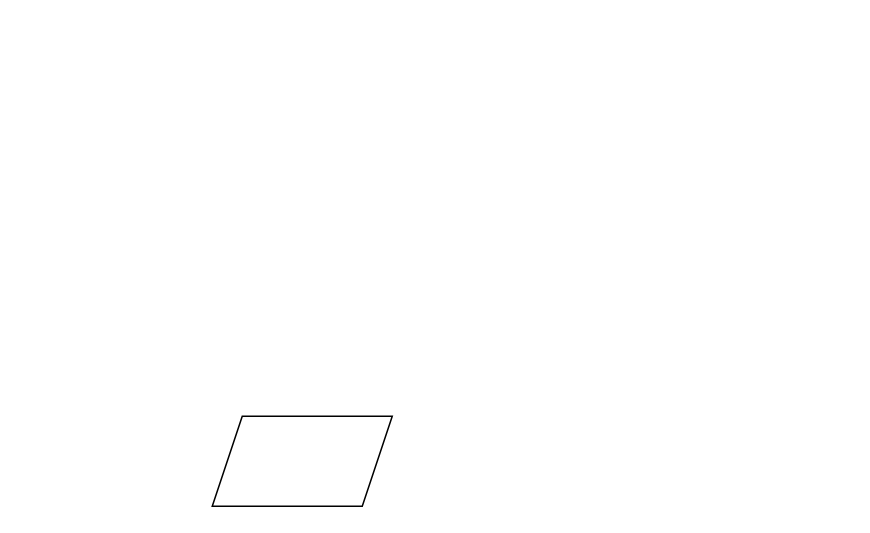
Above: Untitled Diagram.drawio in lotfy1654/digram (draw.io), before the change. Source tidied: cells renumbered, new cells numbered last; positions are measured from the earlier drawing's top-left corner, leaving out a move shared by most shapes. Both pictures are drawn from the tidied source at 150%, with x=0, y=0 at pixel (212, 416).
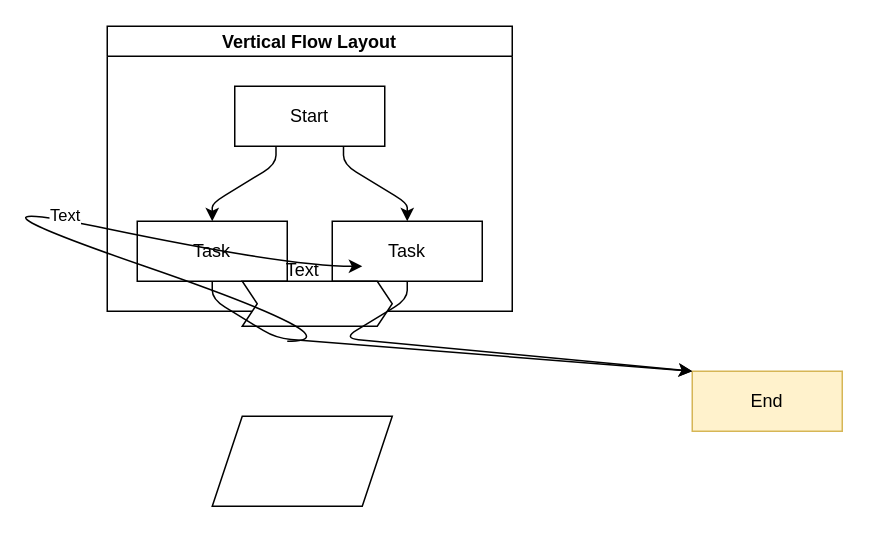
Above is the later version.

Diff of the diagram source:
```diff
@@
+    <mxCell id="3" value="Vertical Flow Layout" style="swimlane;startSize=20;horizontal=1;flowOrientation=north;interRankCellSpacing=50;containerType=tree;fontSize=12;" parent="1" vertex="1">
+      <mxGeometry x="-70" y="-260" width="270" height="190" as="geometry" />
+    </mxCell>
+    <mxCell id="4" value="Start" style="whiteSpace=wrap;html=1;" parent="3" vertex="1">
+      <mxGeometry x="85" y="40" width="100" height="40" as="geometry" />
+    </mxCell>
+    <mxCell id="5" value="Task" style="whiteSpace=wrap;html=1;" parent="3" vertex="1">
+      <mxGeometry x="20" y="130" width="100" height="40" as="geometry" />
+    </mxCell>
+    <mxCell id="6" style="html=1;rounded=1;curved=0;sourcePerimeterSpacing=0;targetPerimeterSpacing=0;startSize=6;endSize=6;noEdgeStyle=1;orthogonal=1;" parent="3" edge="1" source="4" target="5">
+      <mxGeometry relative="1" as="geometry">
+        <Array as="points">
+          <mxPoint x="112.5" y="92" />
+          <mxPoint x="70" y="118" />
+        </Array>
+      </mxGeometry>
+    </mxCell>
+    <mxCell id="7" value="Task" style="whiteSpace=wrap;html=1;" parent="3" vertex="1">
+      <mxGeometry x="150" y="130" width="100" height="40" as="geometry" />
+    </mxCell>
+    <mxCell id="8" style="html=1;rounded=1;curved=0;sourcePerimeterSpacing=0;targetPerimeterSpacing=0;startSize=6;endSize=6;noEdgeStyle=1;orthogonal=1;" parent="3" edge="1" source="4" target="7">
+      <mxGeometry relative="1" as="geometry">
+        <Array as="points">
+          <mxPoint x="157.5" y="92" />
+          <mxPoint x="200" y="118" />
+        </Array>
+      </mxGeometry>
+    </mxCell>
+    <mxCell id="9" style="html=1;shadow=0;dashed=0;align=center;verticalAlign=middle;shape=mxgraph.arrows2.arrow;dy=0;dx=10;notch=10;" parent="1" vertex="1">
+      <mxGeometry x="20" y="-90" width="100" height="30" as="geometry" />
+    </mxCell>
+    <mxCell id="10" style="curved=1;endArrow=classic;html=1;rounded=0;" parent="1" edge="1">
+      <mxGeometry relative="1" as="geometry">
+        <mxPoint x="50" y="-50" as="sourcePoint" />
+        <mxPoint x="100" y="-100" as="targetPoint" />
+        <Array as="points">
+          <mxPoint x="100" y="-50" />
+          <mxPoint x="-190" y="-150" />
+          <mxPoint x="50" y="-100" />
+        </Array>
+      </mxGeometry>
+    </mxCell>
+    <mxCell id="11" value="Text" style="edgeLabel;html=1;align=center;verticalAlign=middle;" parent="10" vertex="1">
+      <mxGeometry x="0.38" y="4" relative="1" as="geometry">
+        <mxPoint x="-1" as="offset" />
+      </mxGeometry>
+    </mxCell>
+    <mxCell id="12" value="Text" style="text;html=1;align=center;verticalAlign=middle;strokeColor=none;fillColor=none;" parent="1" vertex="1">
+      <mxGeometry x="35" y="-112" width="50" height="30" as="geometry" />
+    </mxCell>
+    <mxCell id="13" value="End" style="whiteSpace=wrap;html=1;fillColor=#fff2cc;strokeColor=#d6b656;" parent="1" vertex="1">
+      <mxGeometry x="320" y="-30" width="100" height="40" as="geometry" />
+    </mxCell>
+    <mxCell id="14" style="html=1;rounded=1;curved=0;sourcePerimeterSpacing=0;targetPerimeterSpacing=0;startSize=6;endSize=6;noEdgeStyle=1;orthogonal=1;" parent="1" edge="1" source="5" target="13">
+      <mxGeometry relative="1" as="geometry">
+        <Array as="points">
+          <mxPoint y="-78" />
+          <mxPoint x="42.5" y="-52" />
+        </Array>
+      </mxGeometry>
+    </mxCell>
+    <mxCell id="15" style="html=1;rounded=1;curved=0;sourcePerimeterSpacing=0;targetPerimeterSpacing=0;startSize=6;endSize=6;noEdgeStyle=1;orthogonal=1;" parent="1" edge="1" source="7" target="13">
+      <mxGeometry relative="1" as="geometry">
+        <Array as="points">
+          <mxPoint x="130" y="-78" />
+          <mxPoint x="87.5" y="-52" />
+        </Array>
+      </mxGeometry>
+    </mxCell>
```
